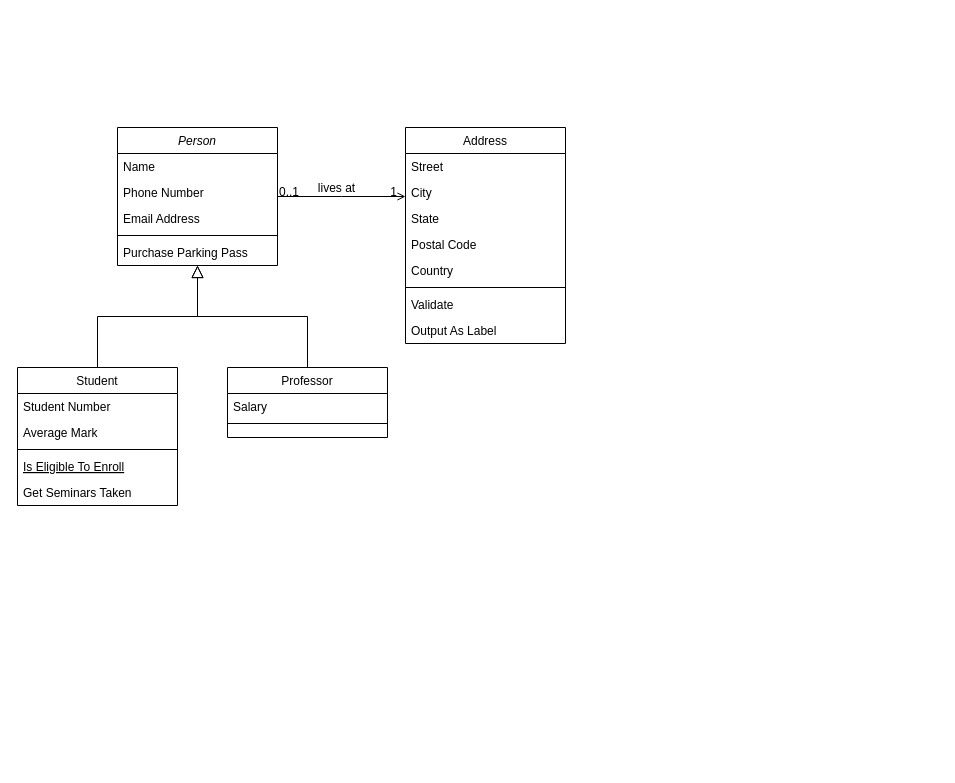
Before: ufbna.drawio in BaagrieL/ufbna-diagrams, a draw.io diagram. Source tidied: cells renumbered, new cells numbered last; positions are measured from the earlier drawing's top-left corner, leaving out a move shared by most shapes. Both pictures are drawn from the tidied source at 100%, with x=0, y=0 at pixel (17, 127).
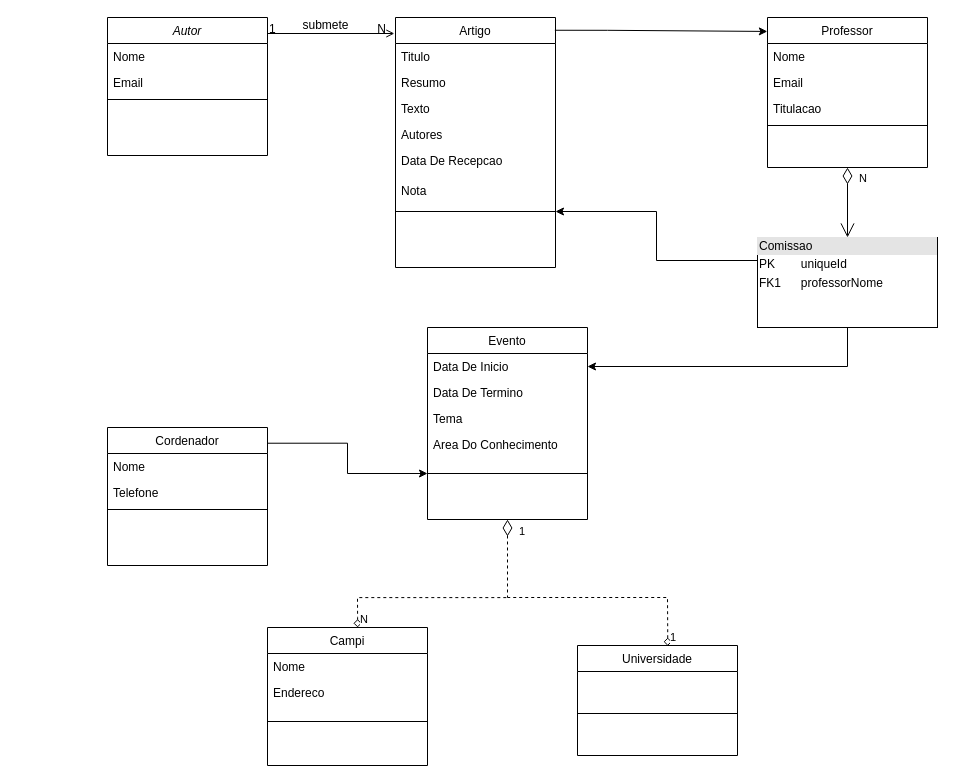
The same page after the edit.

Change to the diagram source:
```diff
@@
-    <mxCell id="2" value="Person" style="swimlane;fontStyle=2;align=center;verticalAlign=top;horizontal=1;startSize=26;rounded=0;shadow=0;strokeWidth=1;" parent="1" vertex="1">
-      <mxGeometry x="100" width="160" height="138" as="geometry" />
+    <mxCell id="2" value="Autor" style="swimlane;fontStyle=2;align=center;verticalAlign=top;horizontal=1;startSize=26;rounded=0;shadow=0;strokeWidth=1;" parent="1" vertex="1">
+      <mxGeometry x="90" y="-110" width="160" height="138" as="geometry" />
     </mxCell>
-    <mxCell id="3" value="Name" style="text;align=left;verticalAlign=top;spacingLeft=4;spacingRight=4;overflow=hidden;" parent="2" vertex="1">
+    <mxCell id="3" value="Nome " style="text;align=left;verticalAlign=top;spacingLeft=4;spacingRight=4;overflow=hidden;" parent="2" vertex="1">
       <mxGeometry y="26" width="160" height="26" as="geometry" />
     </mxCell>
-    <mxCell id="4" value="Phone Number" style="text;align=left;verticalAlign=top;spacingLeft=4;spacingRight=4;overflow=hidden;rounded=0;shadow=0;html=0;" parent="2" vertex="1">
+    <mxCell id="4" value="Email" style="text;align=left;verticalAlign=top;spacingLeft=4;spacingRight=4;overflow=hidden;rounded=0;shadow=0;html=0;" parent="2" vertex="1">
       <mxGeometry y="52" width="160" height="26" as="geometry" />
     </mxCell>
-    <mxCell id="5" value="Email Address" style="text;align=left;verticalAlign=top;spacingLeft=4;spacingRight=4;overflow=hidden;rounded=0;shadow=0;html=0;" parent="2" vertex="1">
-      <mxGeometry y="78" width="160" height="26" as="geometry" />
-    </mxCell>
     <mxCell id="6" style="line;html=1;strokeWidth=1;align=left;verticalAlign=middle;spacingTop=-1;spacingLeft=3;spacingRight=3;labelPosition=right;" parent="2" vertex="1">
-      <mxGeometry y="104" width="160" height="8" as="geometry" />
+      <mxGeometry y="78" width="160" height="8" as="geometry" />
     </mxCell>
-    <mxCell id="7" value="Purchase Parking Pass" style="text;align=left;verticalAlign=top;spacingLeft=4;spacingRight=4;overflow=hidden;" parent="2" vertex="1">
-      <mxGeometry y="112" width="160" height="26" as="geometry" />
-    </mxCell>
-    <mxCell id="8" value="Student" style="swimlane;fontStyle=0;align=center;verticalAlign=top;horizontal=1;startSize=26;rounded=0;shadow=0;strokeWidth=1;" parent="1" vertex="1">
-      <mxGeometry y="240" width="160" height="138" as="geometry" />
+    <mxCell id="8" value="Cordenador" style="swimlane;fontStyle=0;align=center;verticalAlign=top;horizontal=1;startSize=26;rounded=0;shadow=0;strokeWidth=1;" parent="1" vertex="1">
+      <mxGeometry x="90" y="300" width="160" height="138" as="geometry" />
     </mxCell>
-    <mxCell id="9" value="Student Number" style="text;align=left;verticalAlign=top;spacingLeft=4;spacingRight=4;overflow=hidden;" parent="8" vertex="1">
+    <mxCell id="9" value="Nome" style="text;align=left;verticalAlign=top;spacingLeft=4;spacingRight=4;overflow=hidden;" parent="8" vertex="1">
       <mxGeometry y="26" width="160" height="26" as="geometry" />
     </mxCell>
-    <mxCell id="10" value="Average Mark" style="text;align=left;verticalAlign=top;spacingLeft=4;spacingRight=4;overflow=hidden;rounded=0;shadow=0;html=0;" parent="8" vertex="1">
+    <mxCell id="10" value="Telefone" style="text;align=left;verticalAlign=top;spacingLeft=4;spacingRight=4;overflow=hidden;rounded=0;shadow=0;html=0;" parent="8" vertex="1">
       <mxGeometry y="52" width="160" height="26" as="geometry" />
     </mxCell>
@@
-    <mxCell id="12" value="Is Eligible To Enroll" style="text;align=left;verticalAlign=top;spacingLeft=4;spacingRight=4;overflow=hidden;fontStyle=4;" parent="8" vertex="1">
-      <mxGeometry y="86" width="160" height="26" as="geometry" />
-    </mxCell>
-    <mxCell id="13" value="Get Seminars Taken" style="text;align=left;verticalAlign=top;spacingLeft=4;spacingRight=4;overflow=hidden;" parent="8" vertex="1">
-      <mxGeometry y="112" width="160" height="26" as="geometry" />
-    </mxCell>
-    <mxCell id="14" style="endArrow=block;endSize=10;endFill=0;shadow=0;strokeWidth=1;rounded=0;edgeStyle=elbowEdgeStyle;elbow=vertical;" parent="1" edge="1" source="8" target="2">
-      <mxGeometry relative="1" as="geometry" />
-    </mxCell>
-    <mxCell id="15" value="Professor" style="swimlane;fontStyle=0;align=center;verticalAlign=top;horizontal=1;startSize=26;rounded=0;shadow=0;strokeWidth=1;" parent="1" vertex="1">
-      <mxGeometry x="210" y="240" width="160" height="70" as="geometry" />
+    <mxCell id="15" value="Evento" style="swimlane;fontStyle=0;align=center;verticalAlign=top;horizontal=1;startSize=26;rounded=0;shadow=0;strokeWidth=1;" parent="1" vertex="1">
+      <mxGeometry x="410" y="200" width="160" height="192" as="geometry" />
     </mxCell>
-    <mxCell id="16" value="Salary" style="text;align=left;verticalAlign=top;spacingLeft=4;spacingRight=4;overflow=hidden;points=[[0,0.5],[1,0.5]];portConstraint=eastwest;" parent="15" vertex="1">
+    <mxCell id="16" value="Data De Inicio" style="text;align=left;verticalAlign=top;spacingLeft=4;spacingRight=4;overflow=hidden;points=[[0,0.5],[1,0.5]];portConstraint=eastwest;" parent="15" vertex="1">
       <mxGeometry y="26" width="160" height="26" as="geometry" />
     </mxCell>
+    <mxCell id="32" value="Data De Termino" style="text;align=left;verticalAlign=top;spacingLeft=4;spacingRight=4;overflow=hidden;" parent="15" vertex="1">
+      <mxGeometry y="52" width="160" height="26" as="geometry" />
+    </mxCell>
+    <mxCell id="33" value="Tema" style="text;align=left;verticalAlign=top;spacingLeft=4;spacingRight=4;overflow=hidden;" parent="15" vertex="1">
+      <mxGeometry y="78" width="160" height="26" as="geometry" />
+    </mxCell>
+    <mxCell id="34" value="Area Do Conhecimento" style="text;align=left;verticalAlign=top;spacingLeft=4;spacingRight=4;overflow=hidden;" parent="15" vertex="1">
+      <mxGeometry y="104" width="160" height="26" as="geometry" />
+    </mxCell>
     <mxCell id="17" style="line;html=1;strokeWidth=1;align=left;verticalAlign=middle;spacingTop=-1;spacingLeft=3;spacingRight=3;labelPosition=right;points=[];portConstraint=eastwest;" parent="15" vertex="1">
-      <mxGeometry y="52" width="160" height="8" as="geometry" />
+      <mxGeometry y="130" width="160" height="32" as="geometry" />
     </mxCell>
-    <mxCell id="18" style="endArrow=block;endSize=10;endFill=0;shadow=0;strokeWidth=1;rounded=0;edgeStyle=elbowEdgeStyle;elbow=vertical;" parent="1" edge="1" source="15" target="2">
-      <mxGeometry relative="1" as="geometry" />
-    </mxCell>
-    <mxCell id="19" value="Address" style="swimlane;fontStyle=0;align=center;verticalAlign=top;horizontal=1;startSize=26;rounded=0;shadow=0;strokeWidth=1;" parent="1" vertex="1">
-      <mxGeometry x="388" width="160" height="216" as="geometry" />
+    <mxCell id="19" value="Artigo" style="swimlane;fontStyle=0;align=center;verticalAlign=top;horizontal=1;startSize=26;rounded=0;shadow=0;strokeWidth=1;" parent="1" vertex="1">
+      <mxGeometry x="378" y="-110" width="160" height="250" as="geometry" />
     </mxCell>
-    <mxCell id="20" value="Street" style="text;align=left;verticalAlign=top;spacingLeft=4;spacingRight=4;overflow=hidden;" parent="19" vertex="1">
+    <mxCell id="20" value="Titulo" style="text;align=left;verticalAlign=top;spacingLeft=4;spacingRight=4;overflow=hidden;" parent="19" vertex="1">
       <mxGeometry y="26" width="160" height="26" as="geometry" />
     </mxCell>
-    <mxCell id="21" value="City" style="text;align=left;verticalAlign=top;spacingLeft=4;spacingRight=4;overflow=hidden;rounded=0;shadow=0;html=0;" parent="19" vertex="1">
+    <mxCell id="21" value="Resumo" style="text;align=left;verticalAlign=top;spacingLeft=4;spacingRight=4;overflow=hidden;rounded=0;shadow=0;html=0;" parent="19" vertex="1">
       <mxGeometry y="52" width="160" height="26" as="geometry" />
     </mxCell>
-    <mxCell id="22" value="State" style="text;align=left;verticalAlign=top;spacingLeft=4;spacingRight=4;overflow=hidden;rounded=0;shadow=0;html=0;" parent="19" vertex="1">
+    <mxCell id="22" value="Texto" style="text;align=left;verticalAlign=top;spacingLeft=4;spacingRight=4;overflow=hidden;rounded=0;shadow=0;html=0;" parent="19" vertex="1">
       <mxGeometry y="78" width="160" height="26" as="geometry" />
     </mxCell>
-    <mxCell id="23" value="Postal Code" style="text;align=left;verticalAlign=top;spacingLeft=4;spacingRight=4;overflow=hidden;rounded=0;shadow=0;html=0;" parent="19" vertex="1">
+    <mxCell id="23" value="Autores" style="text;align=left;verticalAlign=top;spacingLeft=4;spacingRight=4;overflow=hidden;rounded=0;shadow=0;html=0;" parent="19" vertex="1">
       <mxGeometry y="104" width="160" height="26" as="geometry" />
     </mxCell>
-    <mxCell id="24" value="Country" style="text;align=left;verticalAlign=top;spacingLeft=4;spacingRight=4;overflow=hidden;rounded=0;shadow=0;html=0;" parent="19" vertex="1">
-      <mxGeometry y="130" width="160" height="26" as="geometry" />
+    <mxCell id="24" value="Data De Recepcao" style="text;align=left;verticalAlign=top;spacingLeft=4;spacingRight=4;overflow=hidden;rounded=0;shadow=0;html=0;" parent="19" vertex="1">
+      <mxGeometry y="130" width="160" height="30" as="geometry" />
     </mxCell>
+    <mxCell id="35" value="Nota" style="text;align=left;verticalAlign=top;spacingLeft=4;spacingRight=4;overflow=hidden;rounded=0;shadow=0;html=0;" parent="19" vertex="1">
+      <mxGeometry y="160" width="160" height="30" as="geometry" />
+    </mxCell>
     <mxCell id="25" style="line;html=1;strokeWidth=1;align=left;verticalAlign=middle;spacingTop=-1;spacingLeft=3;spacingRight=3;labelPosition=right;points=[];portConstraint=eastwest;" parent="19" vertex="1">
-      <mxGeometry y="156" width="160" height="8" as="geometry" />
+      <mxGeometry y="190" width="160" height="8" as="geometry" />
     </mxCell>
-    <mxCell id="26" value="Validate" style="text;align=left;verticalAlign=top;spacingLeft=4;spacingRight=4;overflow=hidden;" parent="19" vertex="1">
-      <mxGeometry y="164" width="160" height="26" as="geometry" />
-    </mxCell>
-    <mxCell id="27" value="Output As Label" style="text;align=left;verticalAlign=top;spacingLeft=4;spacingRight=4;overflow=hidden;" parent="19" vertex="1">
-      <mxGeometry y="190" width="160" height="26" as="geometry" />
-    </mxCell>
-    <mxCell id="28" style="endArrow=open;shadow=0;strokeWidth=1;rounded=0;endFill=1;edgeStyle=elbowEdgeStyle;elbow=vertical;" parent="1" edge="1" source="2" target="19">
+    <mxCell id="28" style="endArrow=open;shadow=0;strokeWidth=1;rounded=0;endFill=1;edgeStyle=elbowEdgeStyle;elbow=vertical;entryX=-0.007;entryY=0.065;entryDx=0;entryDy=0;entryPerimeter=0;" parent="1" edge="1" source="2" target="19">
       <mxGeometry x="0.5" y="41" relative="1" as="geometry">
         <mxPoint x="-40" y="32" as="offset" />
       </mxGeometry>
     </mxCell>
-    <mxCell id="29" value="0..1" style="align=left;verticalAlign=bottom;labelBackgroundColor=none;fontSize=12;" parent="28" vertex="1">
+    <mxCell id="29" value="1" style="align=left;verticalAlign=bottom;labelBackgroundColor=none;fontSize=12;" parent="28" vertex="1">
       <mxGeometry x="-1" relative="1" as="geometry">
         <mxPoint y="4" as="offset" />
       </mxGeometry>
     </mxCell>
-    <mxCell id="30" value="1" style="align=right;verticalAlign=bottom;labelBackgroundColor=none;fontSize=12;" parent="28" vertex="1">
+    <mxCell id="30" value="N" style="align=right;verticalAlign=bottom;labelBackgroundColor=none;fontSize=12;" parent="28" vertex="1">
       <mxGeometry x="1" relative="1" as="geometry">
         <mxPoint x="-7" y="4" as="offset" />
       </mxGeometry>
     </mxCell>
-    <mxCell id="31" value="lives at" style="text;html=1;align=center;verticalAlign=middle;labelBackgroundColor=none;rounded=0;shadow=0;strokeWidth=1;fontSize=12;" parent="28" vertex="1">
+    <mxCell id="31" value="submete" style="text;html=1;align=center;verticalAlign=middle;labelBackgroundColor=none;rounded=0;shadow=0;strokeWidth=1;fontSize=12;" parent="28" vertex="1">
       <mxGeometry x="0.5" y="49" relative="1" as="geometry">
         <mxPoint x="-38" y="40" as="offset" />
       </mxGeometry>
     </mxCell>
+    <mxCell id="36" value="Professor" style="swimlane;fontStyle=0;align=center;verticalAlign=top;horizontal=1;startSize=26;rounded=0;shadow=0;strokeWidth=1;" parent="1" vertex="1">
+      <mxGeometry x="750" y="-110" width="160" height="150" as="geometry" />
+    </mxCell>
+    <mxCell id="37" value="Nome" style="text;align=left;verticalAlign=top;spacingLeft=4;spacingRight=4;overflow=hidden;" parent="36" vertex="1">
+      <mxGeometry y="26" width="160" height="26" as="geometry" />
+    </mxCell>
+    <mxCell id="38" value="Email" style="text;align=left;verticalAlign=top;spacingLeft=4;spacingRight=4;overflow=hidden;rounded=0;shadow=0;html=0;" parent="36" vertex="1">
+      <mxGeometry y="52" width="160" height="26" as="geometry" />
+    </mxCell>
+    <mxCell id="39" value="Titulacao" style="text;align=left;verticalAlign=top;spacingLeft=4;spacingRight=4;overflow=hidden;rounded=0;shadow=0;html=0;" parent="36" vertex="1">
+      <mxGeometry y="78" width="160" height="26" as="geometry" />
+    </mxCell>
+    <mxCell id="40" style="line;html=1;strokeWidth=1;align=left;verticalAlign=middle;spacingTop=-1;spacingLeft=3;spacingRight=3;labelPosition=right;" parent="36" vertex="1">
+      <mxGeometry y="104" width="160" height="8" as="geometry" />
+    </mxCell>
+    <mxCell id="41" style="edgeStyle=orthogonalEdgeStyle;rounded=0;jettySize=auto;html=1;entryX=-0.001;entryY=0.093;entryDx=0;entryDy=0;exitX=0.996;exitY=0.051;exitDx=0;exitDy=0;exitPerimeter=0;entryPerimeter=0;" parent="1" edge="1" source="19" target="36">
+      <mxGeometry relative="1" as="geometry">
+        <Array as="points">
+          <mxPoint x="590" y="-97" />
+          <mxPoint x="630" y="-97" />
+        </Array>
+      </mxGeometry>
+    </mxCell>
+    <mxCell id="42" style="edgeStyle=orthogonalEdgeStyle;rounded=0;jettySize=auto;html=1;" parent="1" edge="1" source="44" target="25">
+      <mxGeometry relative="1" as="geometry">
+        <Array as="points">
+          <mxPoint x="639" y="133" />
+          <mxPoint x="639" y="84" />
+        </Array>
+      </mxGeometry>
+    </mxCell>
+    <mxCell id="43" style="edgeStyle=orthogonalEdgeStyle;rounded=0;jettySize=auto;html=1;exitX=0.5;exitY=1;exitDx=0;exitDy=0;entryX=1;entryY=0.5;entryDx=0;entryDy=0;" parent="1" edge="1" source="44" target="16">
+      <mxGeometry relative="1" as="geometry" />
+    </mxCell>
+    <mxCell id="44" value="&lt;div style=&quot;box-sizing:border-box;width:100%;background:#e4e4e4;padding:2px;&quot;&gt;Comissao&lt;/div&gt;&lt;table style=&quot;width:100%;font-size:1em;&quot; cellpadding=&quot;2&quot; cellspacing=&quot;0&quot;&gt;&lt;tbody&gt;&lt;tr&gt;&lt;td&gt;PK&lt;/td&gt;&lt;td&gt;uniqueId&lt;/td&gt;&lt;/tr&gt;&lt;tr&gt;&lt;td&gt;FK1&lt;/td&gt;&lt;td&gt;professorNome&lt;/td&gt;&lt;/tr&gt;&lt;tr&gt;&lt;td&gt;&lt;/td&gt;&lt;td&gt;&lt;br&gt;&lt;/td&gt;&lt;/tr&gt;&lt;/tbody&gt;&lt;/table&gt;" style="verticalAlign=top;align=left;overflow=fill;html=1;whiteSpace=wrap;" parent="1" vertex="1">
+      <mxGeometry x="740" y="110" width="180" height="90" as="geometry" />
+    </mxCell>
+    <mxCell id="45" style="edgeStyle=orthogonalEdgeStyle;rounded=0;jettySize=auto;html=1;exitX=1.003;exitY=0.114;exitDx=0;exitDy=0;exitPerimeter=0;" parent="1" edge="1" source="8" target="17">
+      <mxGeometry relative="1" as="geometry" />
+    </mxCell>
+    <mxCell id="46" value="Campi" style="swimlane;fontStyle=0;align=center;verticalAlign=top;horizontal=1;startSize=26;rounded=0;shadow=0;strokeWidth=1;" parent="1" vertex="1">
+      <mxGeometry x="250" y="500" width="160" height="138" as="geometry" />
+    </mxCell>
+    <mxCell id="47" value="Nome" style="text;align=left;verticalAlign=top;spacingLeft=4;spacingRight=4;overflow=hidden;" parent="46" vertex="1">
+      <mxGeometry y="26" width="160" height="26" as="geometry" />
+    </mxCell>
+    <mxCell id="48" value="Endereco" style="text;align=left;verticalAlign=top;spacingLeft=4;spacingRight=4;overflow=hidden;" parent="46" vertex="1">
+      <mxGeometry y="52" width="160" height="26" as="geometry" />
+    </mxCell>
+    <mxCell id="49" style="line;html=1;strokeWidth=1;align=left;verticalAlign=middle;spacingTop=-1;spacingLeft=3;spacingRight=3;labelPosition=right;" parent="46" vertex="1">
+      <mxGeometry y="78" width="160" height="32" as="geometry" />
+    </mxCell>
+    <mxCell id="50" value="Universidade" style="swimlane;fontStyle=0;align=center;verticalAlign=top;horizontal=1;startSize=26;rounded=0;shadow=0;strokeWidth=1;" parent="1" vertex="1">
+      <mxGeometry x="560" y="518" width="160" height="110" as="geometry" />
+    </mxCell>
+    <mxCell id="51" style="line;html=1;strokeWidth=1;align=left;verticalAlign=middle;spacingTop=-1;spacingLeft=3;spacingRight=3;labelPosition=right;" parent="50" vertex="1">
+      <mxGeometry y="26" width="160" height="84" as="geometry" />
+    </mxCell>
+    <mxCell id="52" style="endArrow=none;endFill=0;html=1;edgeStyle=orthogonalEdgeStyle;align=left;verticalAlign=top;rounded=0;dashed=1;exitX=0.564;exitY=0.004;exitDx=0;exitDy=0;exitPerimeter=0;startArrow=diamond;startFill=0;" parent="1" edge="1" source="50">
+      <mxGeometry x="-1" relative="1" as="geometry">
+        <mxPoint x="490" y="470" as="targetPoint" />
+        <Array as="points">
+          <mxPoint x="650" y="500" />
+          <mxPoint x="650" y="500" />
+          <mxPoint x="650" y="470" />
+        </Array>
+      </mxGeometry>
+    </mxCell>
+    <mxCell id="53" value="1" style="edgeLabel;html=1;align=left;verticalAlign=bottom;" parent="52" vertex="1">
+      <mxGeometry x="-1" relative="1" as="geometry">
+        <mxPoint x="1" as="offset" />
+      </mxGeometry>
+    </mxCell>
+    <mxCell id="54" value="N" style="endArrow=open;html=1;endSize=12;startArrow=diamondThin;startSize=14;startFill=0;edgeStyle=orthogonalEdgeStyle;align=left;verticalAlign=bottom;rounded=0;exitX=0.5;exitY=1;exitDx=0;exitDy=0;entryX=0.5;entryY=0;entryDx=0;entryDy=0;" parent="1" edge="1" source="36" target="44">
+      <mxGeometry x="-0.43" y="10" relative="1" as="geometry" />
+    </mxCell>
+    <mxCell id="55" value="1" style="endArrow=none;html=1;endSize=12;startArrow=diamondThin;startSize=14;startFill=0;edgeStyle=orthogonalEdgeStyle;align=left;verticalAlign=bottom;rounded=0;exitX=0.5;exitY=1;exitDx=0;exitDy=0;endFill=0;dashed=1;" parent="1" edge="1" source="15">
+      <mxGeometry x="-0.47" y="10" relative="1" as="geometry">
+        <mxPoint x="490" y="470" as="targetPoint" />
+      </mxGeometry>
+    </mxCell>
+    <mxCell id="56" style="endArrow=none;endFill=0;html=1;edgeStyle=orthogonalEdgeStyle;align=left;verticalAlign=top;rounded=0;dashed=1;startArrow=diamond;startFill=0;exitX=0.563;exitY=0.003;exitDx=0;exitDy=0;exitPerimeter=0;" parent="1" edge="1">
+      <mxGeometry x="-1" relative="1" as="geometry">
+        <mxPoint x="340.1" y="500" as="sourcePoint" />
+        <mxPoint x="490" y="470.1" as="targetPoint" />
+        <Array as="points">
+          <mxPoint x="340" y="490" />
+          <mxPoint x="340" y="490" />
+          <mxPoint x="340" y="470" />
+        </Array>
+      </mxGeometry>
+    </mxCell>
+    <mxCell id="57" value="N" style="edgeLabel;html=1;align=left;verticalAlign=bottom;" parent="56" vertex="1">
+      <mxGeometry x="-1" relative="1" as="geometry">
+        <mxPoint x="1" as="offset" />
+      </mxGeometry>
+    </mxCell>
```
